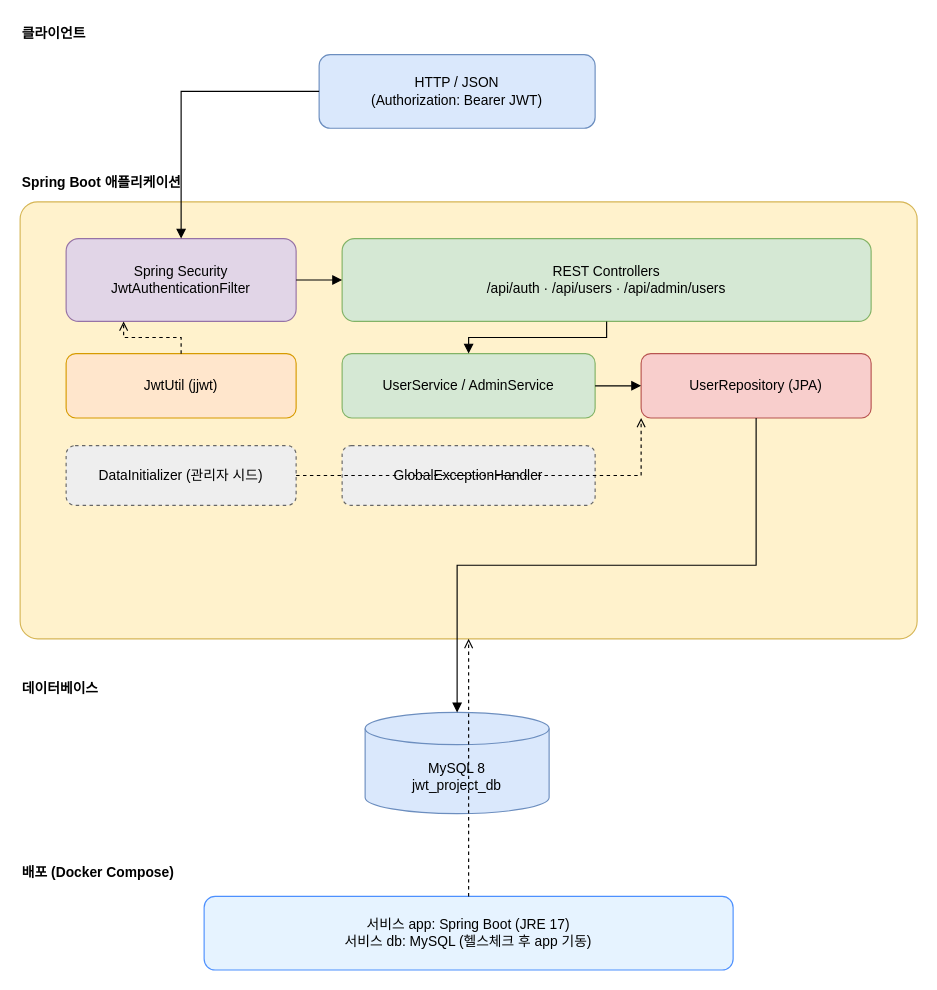
J-millar99/JWT_Authentication_REST_API_SERVER keeps this draw.io diagram as docs/architecture.drawio. Above is the earlier version. Source tidied: cells renumbered, new cells numbered last; positions are measured from the earlier drawing's top-left corner, leaving out a move shared by most shapes. Both pictures are drawn from the tidied source at 115%, with x=0, y=0 at pixel (20, 20).
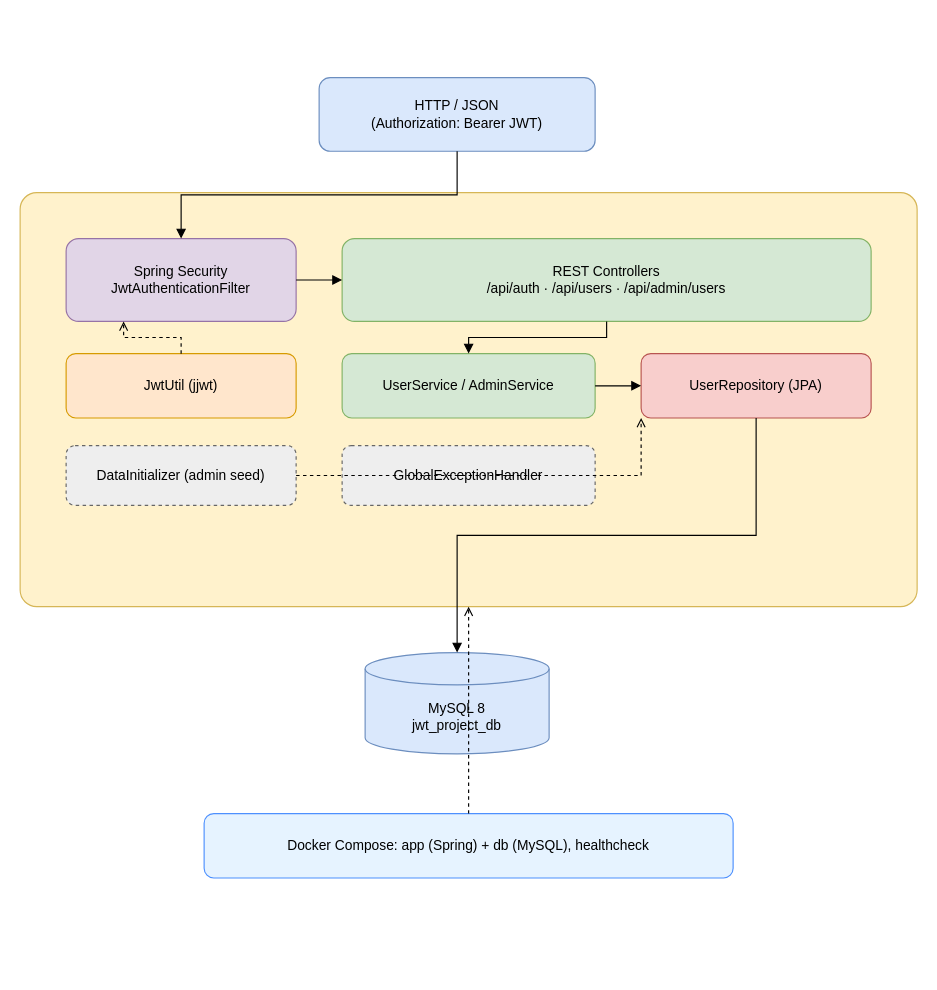
The same diagram, later.

The change refers to these unchanged cells:
```xml
<mxCell id="6" value="Spring Security&#10;JwtAuthenticationFilter" style="rounded=1;whiteSpace=wrap;html=1;fillColor=#e1d5e7;strokeColor=#9673a6;" parent="1" vertex="1">
  <mxGeometry x="40" y="190" width="200" height="72" as="geometry" />
</mxCell>
<mxCell id="10" value="UserRepository (JPA)" style="rounded=1;whiteSpace=wrap;html=1;fillColor=#f8cecc;strokeColor=#b85450;" parent="1" vertex="1">
  <mxGeometry x="540" y="290" width="200" height="56" as="geometry" />
</mxCell>
```

Diff of the diagram source:
```diff
@@
-    <mxCell id="2" value="클라이언트" style="text;html=1;strokeColor=none;fillColor=none;align=left;verticalAlign=middle;fontStyle=1;fontSize=12;" parent="1" vertex="1">
-      <mxGeometry width="120" height="24" as="geometry" />
-    </mxCell>
     <mxCell id="3" value="HTTP / JSON&#10;(Authorization: Bearer JWT)" style="rounded=1;whiteSpace=wrap;html=1;fillColor=#dae8fc;strokeColor=#6c8ebf;" parent="1" vertex="1">
-      <mxGeometry x="260" y="30" width="240" height="64" as="geometry" />
+      <mxGeometry x="260" y="50" width="240" height="64" as="geometry" />
     </mxCell>
-    <mxCell id="4" value="Spring Boot 애플리케이션" style="text;html=1;strokeColor=none;fillColor=none;align=left;verticalAlign=middle;fontStyle=1;fontSize=12;" parent="1" vertex="1">
-      <mxGeometry y="130" width="200" height="24" as="geometry" />
-    </mxCell>
-    <mxCell id="5" style="rounded=1;whiteSpace=wrap;html=1;fillColor=#fff2cc;strokeColor=#d6b656;verticalAlign=top;spacingTop=4;arcSize=4;" parent="1" vertex="1">
-      <mxGeometry y="158" width="780" height="380" as="geometry" />
-    </mxCell>
+    <mxCell id="25" style="rounded=1;whiteSpace=wrap;html=1;fillColor=#fff2cc;strokeColor=#d6b656;arcSize=4;" parent="1" vertex="1">
+      <mxGeometry y="150" width="780" height="360" as="geometry" />
+    </mxCell>
@@
-    <mxCell id="11" value="DataInitializer (관리자 시드)" style="rounded=1;whiteSpace=wrap;html=1;fillColor=#eeeeee;strokeColor=#666666;dashed=1;" parent="1" vertex="1">
-      <mxGeometry x="40" y="370" width="200" height="52" as="geometry" />
-    </mxCell>
+    <mxCell id="26" value="DataInitializer (admin seed)" style="rounded=1;whiteSpace=wrap;html=1;fillColor=#eeeeee;strokeColor=#666666;dashed=1;" parent="1" vertex="1">
+      <mxGeometry x="40" y="370" width="200" height="52" as="geometry" />
+    </mxCell>
@@
-    <mxCell id="13" value="데이터베이스" style="text;html=1;strokeColor=none;fillColor=none;align=left;verticalAlign=middle;fontStyle=1;fontSize=12;" parent="1" vertex="1">
-      <mxGeometry y="570" width="100" height="24" as="geometry" />
-    </mxCell>
     <mxCell id="14" value="MySQL 8&#10;jwt_project_db" style="shape=cylinder3;whiteSpace=wrap;html=1;boundedLbl=1;backgroundOutline=1;size=14;fillColor=#dae8fc;strokeColor=#6c8ebf;" parent="1" vertex="1">
-      <mxGeometry x="300" y="602" width="160" height="88" as="geometry" />
+      <mxGeometry x="300" y="550" width="160" height="88" as="geometry" />
     </mxCell>
-    <mxCell id="15" value="배포 (Docker Compose)" style="text;html=1;strokeColor=none;fillColor=none;align=left;verticalAlign=middle;fontStyle=1;fontSize=12;" parent="1" vertex="1">
-      <mxGeometry y="730" width="180" height="24" as="geometry" />
-    </mxCell>
-    <mxCell id="16" value="서비스 app: Spring Boot (JRE 17)&#10;서비스 db: MySQL (헬스체크 후 app 기동)" style="rounded=1;whiteSpace=wrap;html=1;fillColor=#e6f3ff;strokeColor=#4d90fe;" parent="1" vertex="1">
-      <mxGeometry x="160" y="762" width="460" height="64" as="geometry" />
-    </mxCell>
+    <mxCell id="27" value="Docker Compose: app (Spring) + db (MySQL), healthcheck" style="rounded=1;whiteSpace=wrap;html=1;fillColor=#e6f3ff;strokeColor=#4d90fe;" parent="1" vertex="1">
+      <mxGeometry x="160" y="690" width="460" height="56" as="geometry" />
+    </mxCell>
-    <mxCell id="17" style="edgeStyle=orthogonalEdgeStyle;rounded=0;html=1;endArrow=block;" parent="1" edge="1" source="3" target="6">
+    <mxCell id="17" style="edgeStyle=orthogonalEdgeStyle;rounded=0;html=1;endArrow=block;exitX=0.5;exitY=1;entryX=0.5;entryY=0;" parent="1" edge="1" source="3" target="6">
       <mxGeometry relative="1" as="geometry" />
     </mxCell>
@@
-    <mxCell id="23" style="edgeStyle=orthogonalEdgeStyle;rounded=0;html=1;dashed=1;endArrow=open;exitX=1;exitY=0.5;entryX=0;entryY=1;" parent="1" edge="1" source="11" target="10">
-      <mxGeometry relative="1" as="geometry" />
-    </mxCell>
-    <mxCell id="24" style="edgeStyle=orthogonalEdgeStyle;rounded=0;html=1;dashed=1;endArrow=open;exitX=0.5;exitY=0;entryX=0.5;entryY=1;" parent="1" edge="1" source="16" target="5">
-      <mxGeometry relative="1" as="geometry" />
-    </mxCell>
+    <mxCell id="28" style="edgeStyle=orthogonalEdgeStyle;rounded=0;html=1;dashed=1;endArrow=open;exitX=1;exitY=0.5;entryX=0;entryY=1;" parent="1" edge="1" source="26" target="10">
+      <mxGeometry relative="1" as="geometry" />
+    </mxCell>
+    <mxCell id="29" style="edgeStyle=orthogonalEdgeStyle;rounded=0;html=1;dashed=1;endArrow=open;exitX=0.5;exitY=0;entryX=0.5;entryY=1;" parent="1" edge="1" source="27" target="25">
+      <mxGeometry relative="1" as="geometry" />
+    </mxCell>
```
